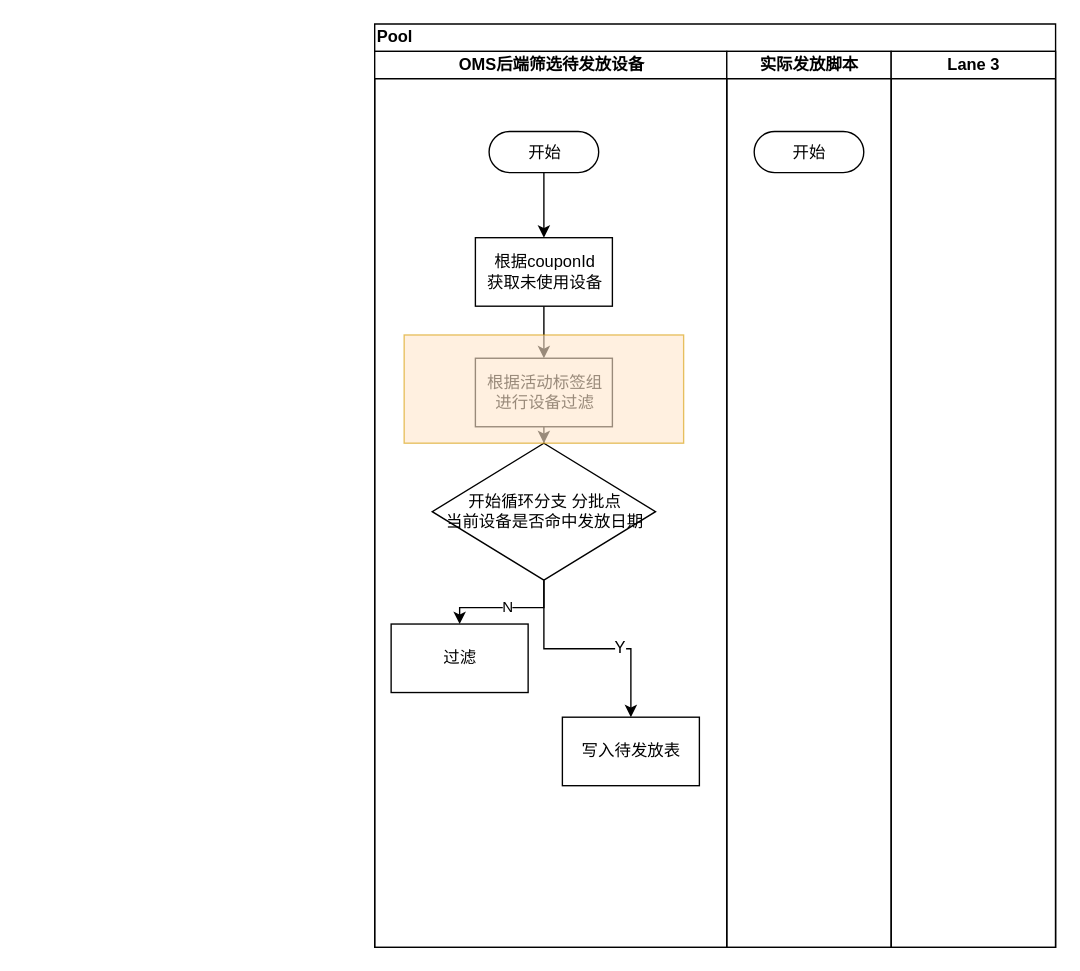
Before: page "赠送流程" (1 of 2) of 分批赠送.drawio in MorningJack/FlowDiagram, a draw.io diagram. Source tidied: cells renumbered, new cells numbered last; positions are measured from the earlier drawing's top-left corner, leaving out a move shared by most shapes. Both pictures are drawn from the tidied source at 137%, with x=0, y=0 at pixel (374, 23).
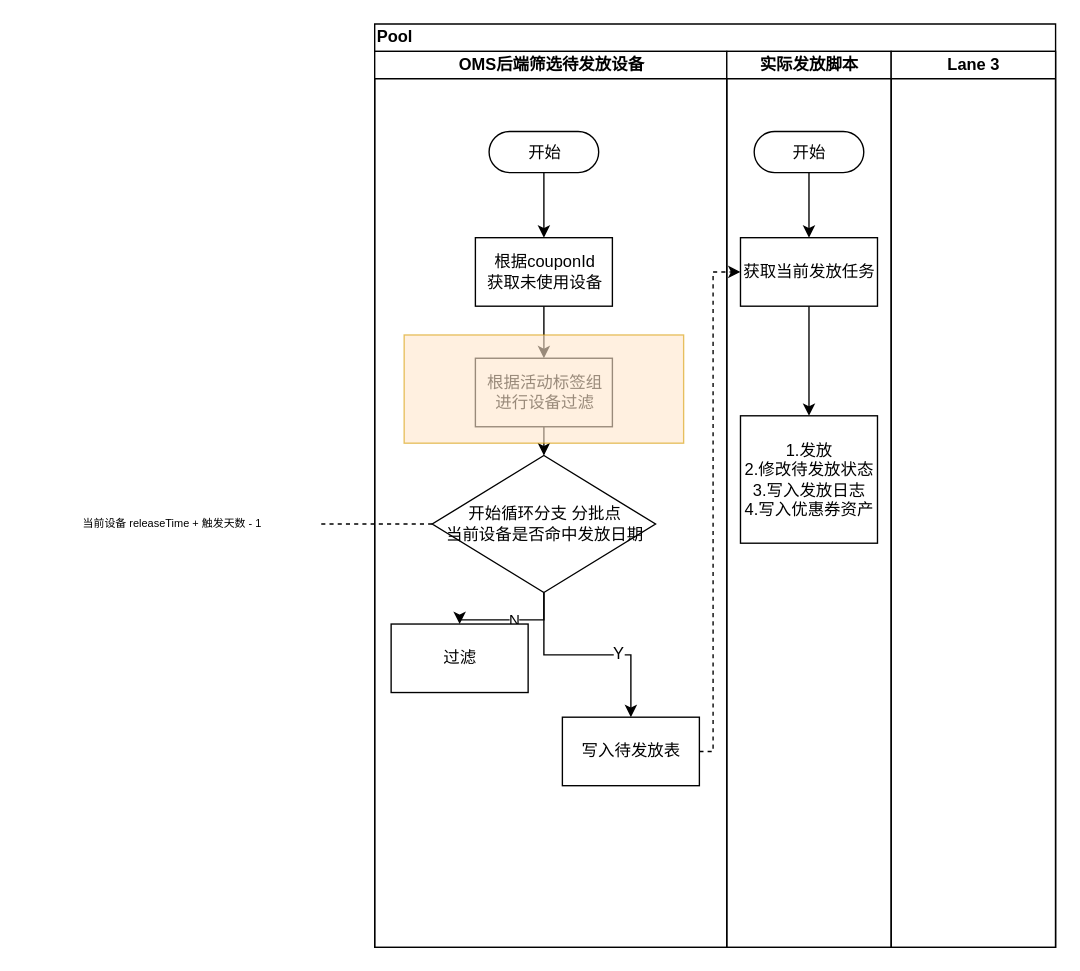
Above is the later version.

Commit message (it also covers changes not shown here):
更新分批赠送.drawio

Unchanged cells that the change refers to:
```xml
<mxCell id="2" value="Pool" style="swimlane;html=1;startSize=20;shadow=0;glass=0;align=left;" parent="1" vertex="1">
  <mxGeometry width="497" height="674" as="geometry" />
</mxCell>
<mxCell id="3" value="OMS后端筛选待发放设备" style="swimlane;html=1;startSize=20;" parent="2" vertex="1">
  <mxGeometry y="20" width="257" height="654" as="geometry" />
</mxCell>
<mxCell id="13" value="写入待发放表" style="html=1;dashed=0;whitespace=wrap;shadow=0;glass=0;align=center;flipV=1;" parent="3" vertex="1">
  <mxGeometry x="137" y="486" width="100" height="50" as="geometry" />
</mxCell>
<mxCell id="17" value="实际发放脚本" style="swimlane;html=1;startSize=20;" parent="2" vertex="1">
  <mxGeometry x="257" y="20" width="120" height="654" as="geometry" />
</mxCell>
<mxCell id="18" value="开始" style="html=1;dashed=0;whitespace=wrap;shape=mxgraph.dfd.start;shadow=0;glass=0;align=center;flipV=1;" parent="17" vertex="1">
  <mxGeometry x="20" y="58.5" width="80" height="30" as="geometry" />
</mxCell>
```

What changed in the source:
```diff
@@
     <mxCell id="11" value="开始循环分支&amp;nbsp;分批点&lt;br&gt;当前设备是否命中发放日期" style="shape=rhombus;html=1;dashed=0;whitespace=wrap;perimeter=rhombusPerimeter;shadow=0;glass=0;align=center;flipV=1;" parent="3" vertex="1">
-      <mxGeometry x="42" y="286" width="163" height="100" as="geometry" />
+      <mxGeometry x="42" y="295" width="163" height="100" as="geometry" />
     </mxCell>
@@
+    <mxCell id="20" style="edgeStyle=orthogonalEdgeStyle;rounded=0;jettySize=auto;html=1;entryX=0.5;entryY=0;entryDx=0;entryDy=0;startArrow=none;startFill=0;endArrow=classic;endFill=1;strokeColor=#000000;" parent="17" edge="1" source="18" target="22">
+      <mxGeometry relative="1" as="geometry" />
+    </mxCell>
@@
+    <mxCell id="21" style="edgeStyle=orthogonalEdgeStyle;rounded=0;jettySize=auto;html=1;startArrow=none;startFill=0;endArrow=classic;endFill=1;strokeColor=#000000;" parent="17" edge="1" source="22" target="23">
+      <mxGeometry relative="1" as="geometry" />
+    </mxCell>
+    <mxCell id="22" value="获取当前发放任务" style="html=1;dashed=0;whitespace=wrap;shadow=0;glass=0;align=center;flipV=1;" parent="17" vertex="1">
+      <mxGeometry x="10" y="136" width="100" height="50" as="geometry" />
+    </mxCell>
+    <mxCell id="23" value="1.发放&lt;br&gt;2.修改待发放状态&lt;br&gt;3.写入发放日志&lt;br&gt;4.写入优惠券资产" style="html=1;dashed=0;whitespace=wrap;shadow=0;glass=0;align=center;flipV=1;" parent="17" vertex="1">
+      <mxGeometry x="10" y="266" width="100" height="93" as="geometry" />
+    </mxCell>
@@
+    <mxCell id="24" style="edgeStyle=orthogonalEdgeStyle;rounded=0;jettySize=auto;html=1;entryX=0;entryY=0.5;entryDx=0;entryDy=0;startArrow=none;startFill=0;endArrow=classic;endFill=1;strokeColor=#000000;dashed=1;" parent="2" edge="1" source="13" target="22">
+      <mxGeometry relative="1" as="geometry">
+        <Array as="points">
+          <mxPoint x="247" y="531" />
+          <mxPoint x="247" y="181" />
+        </Array>
+      </mxGeometry>
+    </mxCell>
+    <mxCell id="25" value="当前设备&amp;nbsp;releaseTime +&amp;nbsp;触发天数 - 1" style="text;strokeColor=none;fillColor=none;html=1;fontSize=8;fontStyle=0;verticalAlign=middle;align=center;shadow=0;glass=0;" parent="1" vertex="1">
+      <mxGeometry x="-256" y="345" width="216" height="40" as="geometry" />
+    </mxCell>
+    <mxCell id="26" style="edgeStyle=orthogonalEdgeStyle;rounded=0;jettySize=auto;html=1;entryX=1;entryY=0.5;entryDx=0;entryDy=0;strokeColor=#000000;dashed=1;startArrow=none;startFill=0;endArrow=none;endFill=0;" parent="1" edge="1" source="11" target="25">
+      <mxGeometry relative="1" as="geometry" />
+    </mxCell>
```
